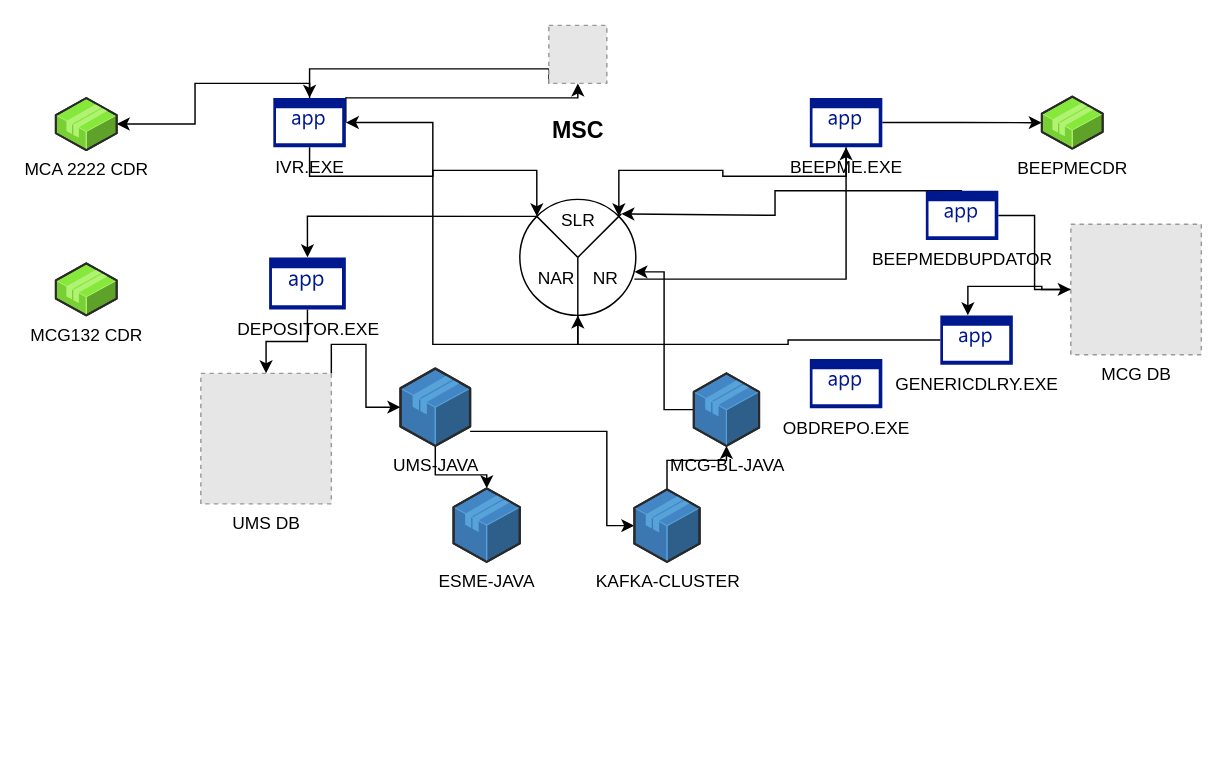
sathwikraj19/udemy keeps this draw.io diagram as Untitled Diagram.drawio. Above is the earlier version. Source tidied: cells renumbered, new cells numbered last; positions are measured from the earlier drawing's top-left corner, leaving out a move shared by most shapes. Both pictures are drawn from the tidied source at 145%, with x=0, y=0 at pixel (55, 25). Pictures stored in the file or linked from it are replaced by grey dashed boxes.
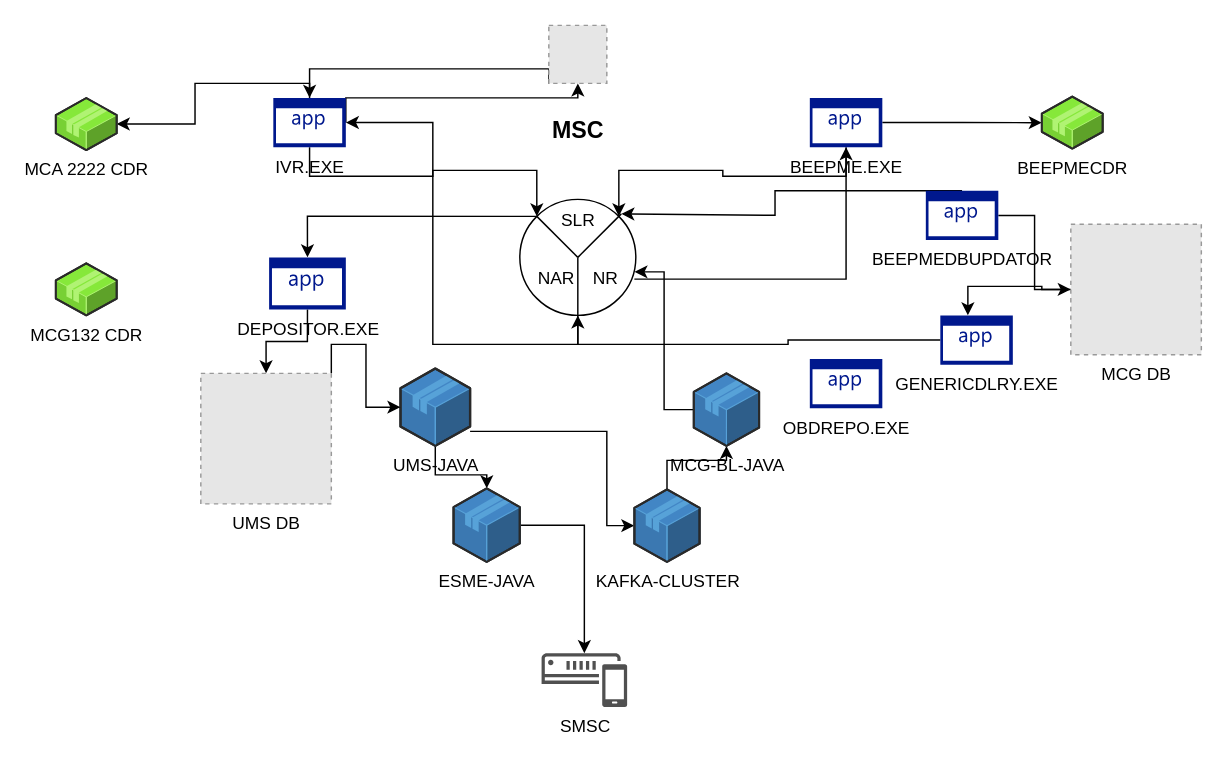
The same page after the edit.

Unchanged cells that the change refers to:
```xml
<mxCell id="19" value="ESME-JAVA" style="verticalLabelPosition=bottom;html=1;verticalAlign=top;strokeWidth=1;align=center;outlineConnect=0;dashed=0;outlineConnect=0;shape=mxgraph.aws3d.application;fillColor=#4286c5;strokeColor=#57A2D8;" parent="1" vertex="1">
  <mxGeometry x="274.3" y="319.3" width="45.7" height="50.7" as="geometry" />
</mxCell>
```

Change to the diagram source:
```diff
@@
+    <mxCell id="46" style="edgeStyle=orthogonalEdgeStyle;rounded=0;jettySize=auto;html=1;" parent="1" edge="1" source="19" target="47">
+      <mxGeometry relative="1" as="geometry" />
+    </mxCell>
@@
+    <mxCell id="47" value="SMSC" style="sketch=0;shadow=0;dashed=0;html=1;strokeColor=none;fillColor=#505050;labelPosition=center;verticalLabelPosition=bottom;verticalAlign=top;outlineConnect=0;align=center;shape=mxgraph.office.communications.sms_gateway;" parent="1" vertex="1">
+      <mxGeometry x="335" y="433" width="59" height="37" as="geometry" />
+    </mxCell>
```
